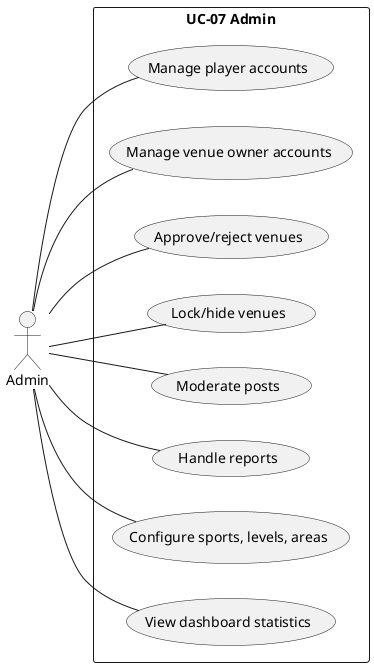
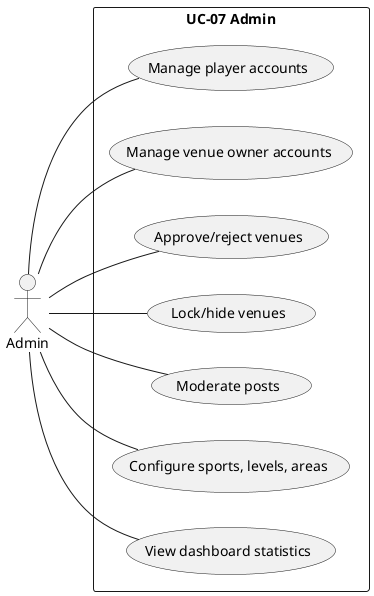
@startuml
left to right direction
actor Admin
rectangle "UC-07 Admin" {
  Admin -- (Manage player accounts)
  Admin -- (Manage venue owner accounts)
  Admin -- (Approve/reject venues)
  Admin -- (Lock/hide venues)
  Admin -- (Moderate posts)
-   Admin -- (Handle reports)
  Admin -- (Configure sports, levels, areas)
  Admin -- (View dashboard statistics)
}
@enduml
- 
